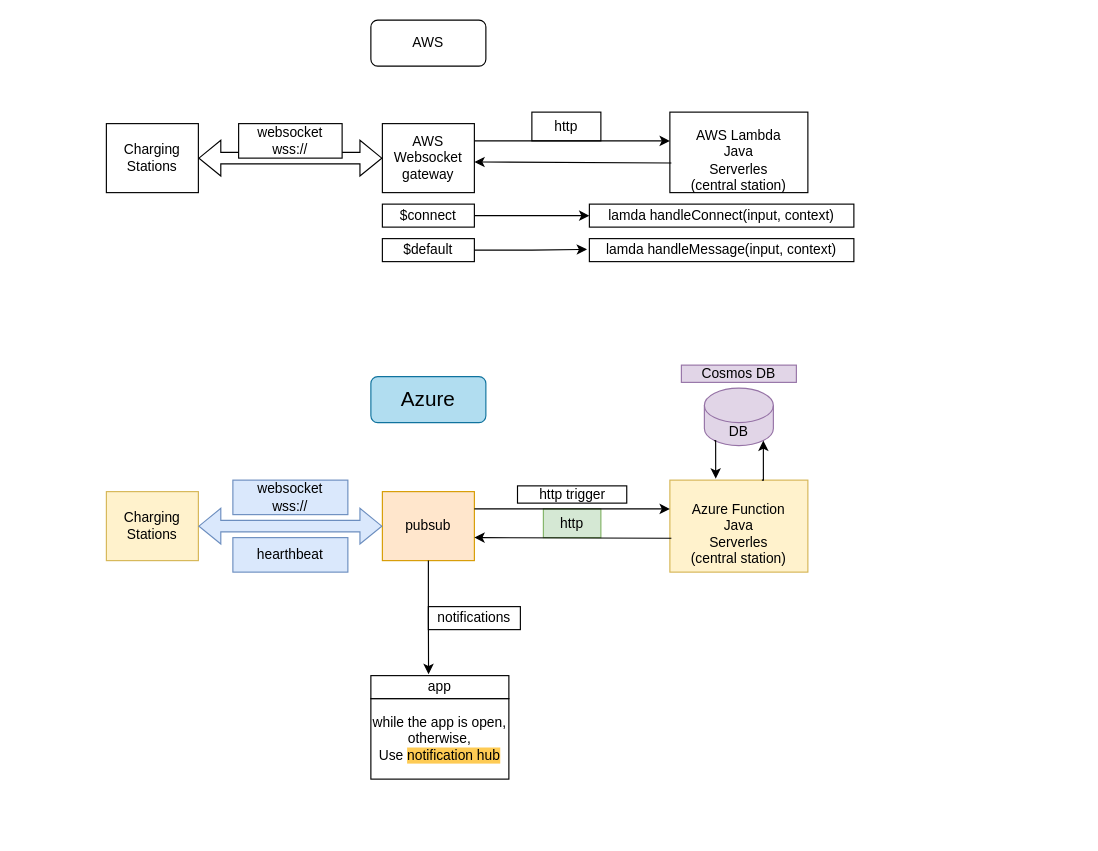
Above: Azure.drawio in stefanszeke/diargrams_io (draw.io), before the change. Source tidied: cells renumbered, new cells numbered last; positions are measured from the earlier drawing's top-left corner, leaving out a move shared by most shapes. Both pictures are drawn from the tidied source at 115%, with x=0, y=0 at pixel (106, 20).
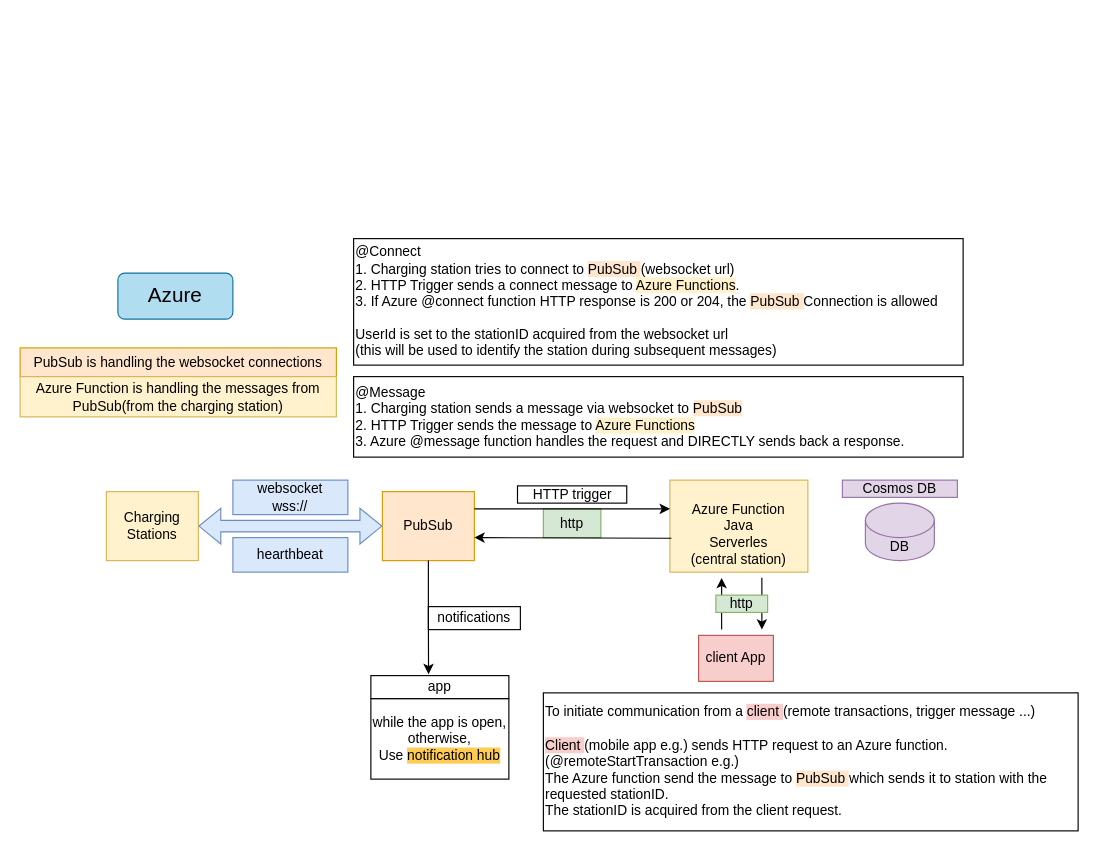
After the change.

Unchanged cells that the change refers to:
```xml
<mxCell id="2" value="&lt;br&gt;Azure Function&lt;br&gt;Java&lt;br&gt;Serverles&lt;br&gt;(central station)" style="rounded=0;whiteSpace=wrap;html=1;fillColor=#fff2cc;strokeColor=#d6b656;" parent="1" vertex="1">
  <mxGeometry x="490" y="400" width="120" height="80" as="geometry" />
</mxCell>
```

The edit, as a diff of the source:
```diff
@@
-    <mxCell id="3" value="pubsub" style="rounded=0;whiteSpace=wrap;html=1;fillColor=#ffe6cc;strokeColor=#d79b00;" parent="1" vertex="1">
+    <mxCell id="3" value="PubSub " style="rounded=0;whiteSpace=wrap;html=1;fillColor=#FFE6CC;strokeColor=#d79b00;" parent="1" vertex="1">
       <mxGeometry x="240" y="410" width="80" height="60" as="geometry" />
     </mxCell>
@@
-    <mxCell id="10" value="&lt;br&gt;AWS Lambda&lt;br&gt;Java&lt;br&gt;Serverles&lt;br&gt;(central station)" style="rounded=0;whiteSpace=wrap;html=1;" parent="1" vertex="1">
-      <mxGeometry x="490" y="80" width="120" height="70" as="geometry" />
-    </mxCell>
-    <mxCell id="11" value="AWS&lt;br&gt;Websocket gateway" style="rounded=0;whiteSpace=wrap;html=1;" parent="1" vertex="1">
-      <mxGeometry x="240" y="90" width="80" height="60" as="geometry" />
-    </mxCell>
-    <mxCell id="12" value="Charging Stations" style="rounded=0;whiteSpace=wrap;html=1;" parent="1" vertex="1">
-      <mxGeometry y="90" width="80" height="60" as="geometry" />
-    </mxCell>
-    <mxCell id="13" style="shape=flexArrow;endArrow=classic;startArrow=classic;html=1;rounded=0;exitX=1;exitY=0.5;exitDx=0;exitDy=0;entryX=0;entryY=0.5;entryDx=0;entryDy=0;" parent="1" edge="1" source="12" target="11">
-      <mxGeometry relative="1" as="geometry" />
-    </mxCell>
-    <mxCell id="14" value="&lt;div&gt;websocket&lt;/div&gt;&lt;div&gt;wss://&lt;br&gt;&lt;/div&gt;" style="rounded=0;whiteSpace=wrap;html=1;" parent="1" vertex="1">
-      <mxGeometry x="115" y="90" width="90" height="30" as="geometry" />
-    </mxCell>
-    <mxCell id="15" value="http" style="rounded=0;whiteSpace=wrap;html=1;" parent="1" vertex="1">
-      <mxGeometry x="370" y="80" width="60" height="25" as="geometry" />
-    </mxCell>
-    <mxCell id="16" style="endArrow=classic;html=1;rounded=0;exitX=1;exitY=0.25;exitDx=0;exitDy=0;" parent="1" edge="1" source="11">
-      <mxGeometry relative="1" as="geometry">
-        <mxPoint x="490" y="105" as="targetPoint" />
-      </mxGeometry>
-    </mxCell>
-    <mxCell id="17" style="endArrow=classic;html=1;rounded=0;exitX=0.011;exitY=0.632;exitDx=0;exitDy=0;exitPerimeter=0;entryX=1;entryY=0.555;entryDx=0;entryDy=0;entryPerimeter=0;" parent="1" edge="1" source="10" target="11">
-      <mxGeometry relative="1" as="geometry" />
-    </mxCell>
-    <mxCell id="18" value="AWS" style="rounded=1;whiteSpace=wrap;html=1;" parent="1" vertex="1">
-      <mxGeometry x="230" width="100" height="40" as="geometry" />
-    </mxCell>
     <mxCell id="19" value="Azure" style="rounded=1;whiteSpace=wrap;html=1;strokeWidth=1;fontSize=18;fillColor=#b1ddf0;strokeColor=#10739e;" parent="1" vertex="1">
-      <mxGeometry x="230" y="310" width="100" height="40" as="geometry" />
+      <mxGeometry x="10" y="220" width="100" height="40" as="geometry" />
     </mxCell>
-    <mxCell id="20" style="edgeStyle=orthogonalEdgeStyle;rounded=0;jettySize=auto;html=1;exitX=1;exitY=0.5;exitDx=0;exitDy=0;entryX=0;entryY=0.5;entryDx=0;entryDy=0;" parent="1" edge="1" source="21" target="23">
-      <mxGeometry relative="1" as="geometry" />
-    </mxCell>
-    <mxCell id="21" value="$connect" style="rounded=0;whiteSpace=wrap;html=1;" parent="1" vertex="1">
-      <mxGeometry x="240" y="160" width="80" height="20" as="geometry" />
-    </mxCell>
-    <mxCell id="22" value="$default" style="rounded=0;whiteSpace=wrap;html=1;" parent="1" vertex="1">
-      <mxGeometry x="240" y="190" width="80" height="20" as="geometry" />
-    </mxCell>
-    <mxCell id="23" value="lamda handleConnect(input, context)" style="rounded=0;whiteSpace=wrap;html=1;" parent="1" vertex="1">
-      <mxGeometry x="420" y="160" width="230" height="20" as="geometry" />
-    </mxCell>
-    <mxCell id="24" value="lamda handleMessage(input, context)" style="rounded=0;whiteSpace=wrap;html=1;" parent="1" vertex="1">
-      <mxGeometry x="420" y="190" width="230" height="20" as="geometry" />
-    </mxCell>
-    <mxCell id="25" style="edgeStyle=orthogonalEdgeStyle;rounded=0;jettySize=auto;html=1;exitX=1;exitY=0.5;exitDx=0;exitDy=0;entryX=-0.009;entryY=0.467;entryDx=0;entryDy=0;entryPerimeter=0;" parent="1" edge="1" source="22" target="24">
-      <mxGeometry relative="1" as="geometry" />
-    </mxCell>
@@
     <mxCell id="27" value="DB" style="shape=cylinder3;whiteSpace=wrap;html=1;boundedLbl=1;backgroundOutline=1;size=15;fillColor=#e1d5e7;strokeColor=#9673a6;" parent="1" vertex="1">
-      <mxGeometry x="520" y="320" width="60" height="50" as="geometry" />
+      <mxGeometry x="660" y="420" width="60" height="50" as="geometry" />
     </mxCell>
     <mxCell id="28" value="&lt;h1 style=&quot;font-size: 12px;&quot; class=&quot;font-size-h2&quot;&gt;&lt;span style=&quot;font-weight: normal; font-size: 12px;&quot;&gt;Cosmos DB &lt;/span&gt;&lt;/h1&gt;" style="rounded=0;whiteSpace=wrap;html=1;fontSize=12;fontStyle=0;align=center;fillColor=#e1d5e7;strokeColor=#9673a6;" parent="1" vertex="1">
-      <mxGeometry x="500" y="300" width="100" height="15" as="geometry" />
+      <mxGeometry x="640" y="400" width="100" height="15" as="geometry" />
     </mxCell>
@@
-    <mxCell id="33" style="edgeStyle=orthogonalEdgeStyle;rounded=0;jettySize=auto;html=1;exitX=0.145;exitY=1;exitDx=0;exitDy=-4.35;exitPerimeter=0;entryX=0.332;entryY=-0.016;entryDx=0;entryDy=0;entryPerimeter=0;" parent="1" edge="1" source="27" target="2">
-      <mxGeometry relative="1" as="geometry" />
-    </mxCell>
-    <mxCell id="34" style="edgeStyle=orthogonalEdgeStyle;rounded=0;jettySize=auto;html=1;entryX=0.855;entryY=1;entryDx=0;entryDy=-4.35;entryPerimeter=0;" parent="1" edge="1" target="27">
-      <mxGeometry relative="1" as="geometry">
-        <mxPoint x="570" y="400" as="sourcePoint" />
-      </mxGeometry>
-    </mxCell>
-    <mxCell id="35" value="http trigger" style="rounded=0;whiteSpace=wrap;html=1;" parent="1" vertex="1">
+    <mxCell id="35" value="HTTP trigger" style="rounded=0;whiteSpace=wrap;html=1;" parent="1" vertex="1">
       <mxGeometry x="357.5" y="405" width="95" height="15" as="geometry" />
     </mxCell>
+    <mxCell id="36" value="@Connect&lt;br&gt;&lt;div&gt;1. Charging station tries to connect to &lt;span style=&quot;background-color: rgb(255, 230, 204);&quot;&gt;PubSub &lt;/span&gt;(websocket url)&lt;br&gt;2. HTTP Trigger sends a connect message to &lt;span style=&quot;background-color: rgb(255, 242, 204);&quot;&gt;Azure Functions&lt;/span&gt;.&lt;br&gt;&lt;/div&gt;&lt;div&gt;3. If Azure @connect function HTTP response is 200 or 204, the &lt;span style=&quot;background-color: rgb(255, 230, 204);&quot;&gt;PubSub &lt;/span&gt;Connection is allowed&lt;br&gt;&lt;/div&gt;&lt;br&gt;UserId is set to the stationID acquired from the websocket url&lt;br&gt;(this will be used to identify the station during subsequent messages)" style="rounded=0;whiteSpace=wrap;html=1;align=left;" parent="1" vertex="1">
+      <mxGeometry x="215" y="190" width="530" height="110" as="geometry" />
+    </mxCell>
+    <mxCell id="37" value="@Message&lt;br&gt;&lt;div&gt;1. Charging station sends a message via websocket to &lt;span style=&quot;background-color: rgb(255, 230, 204);&quot;&gt;PubSub&lt;/span&gt;&lt;br&gt;2. HTTP Trigger sends the message to &lt;span style=&quot;background-color: rgb(255, 242, 204);&quot;&gt;Azure Functions&lt;/span&gt;&lt;br&gt;&lt;/div&gt;&lt;div&gt;3. Azure @message function handles the request and DIRECTLY sends back a response.&lt;br&gt;&lt;/div&gt;" style="rounded=0;whiteSpace=wrap;html=1;align=left;" parent="1" vertex="1">
+      <mxGeometry x="215" y="310" width="530" height="70" as="geometry" />
+    </mxCell>
+    <mxCell id="38" value="&lt;div align=&quot;left&quot;&gt;To initiate communication from a &lt;span style=&quot;background-color: rgb(248, 206, 204);&quot;&gt;client &lt;/span&gt;(remote transactions, trigger message ...)&lt;br&gt;&lt;br&gt;&lt;/div&gt;&lt;div align=&quot;left&quot;&gt;&lt;span style=&quot;background-color: rgb(248, 206, 204);&quot;&gt;Client &lt;/span&gt;(mobile app e.g.) sends HTTP request to an Azure function. (@remoteStartTransaction e.g.)&lt;br&gt;&lt;/div&gt;&lt;div align=&quot;left&quot;&gt;The Azure function send the message to &lt;span style=&quot;background-color: rgb(255, 230, 204);&quot;&gt;PubSub &lt;/span&gt;which sends it to station with the requested stationID.&lt;br&gt;The stationID is acquired from the client request.&lt;br&gt;&lt;/div&gt;" style="rounded=0;whiteSpace=wrap;html=1;align=left;" parent="1" vertex="1">
+      <mxGeometry x="380" y="585" width="465" height="120" as="geometry" />
+    </mxCell>
+    <mxCell id="39" value="client App" style="rounded=0;whiteSpace=wrap;html=1;fillColor=#F8CECC;strokeColor=#b85450;" parent="1" vertex="1">
+      <mxGeometry x="515" y="535" width="65" height="40" as="geometry" />
+    </mxCell>
+    <mxCell id="40" style="endArrow=classic;html=1;rounded=0;" parent="1" edge="1">
+      <mxGeometry relative="1" as="geometry">
+        <mxPoint x="535" y="530" as="sourcePoint" />
+        <mxPoint x="535" y="485" as="targetPoint" />
+      </mxGeometry>
+    </mxCell>
+    <mxCell id="41" style="endArrow=classic;html=1;rounded=0;" parent="1" edge="1">
+      <mxGeometry relative="1" as="geometry">
+        <mxPoint x="570" y="485" as="sourcePoint" />
+        <mxPoint x="570" y="530" as="targetPoint" />
+      </mxGeometry>
+    </mxCell>
+    <mxCell id="15" value="http" style="rounded=0;whiteSpace=wrap;html=1;fillColor=#d5e8d4;strokeColor=#82b366;" parent="1" vertex="1">
+      <mxGeometry x="530" y="500" width="45" height="15" as="geometry" />
+    </mxCell>
+    <mxCell id="42" value="PubSub is handling the websocket connections" style="rounded=0;whiteSpace=wrap;html=1;fillColor=#FFE6CC;strokeColor=#d79b00;" parent="1" vertex="1">
+      <mxGeometry x="-75" y="285" width="275" height="25" as="geometry" />
+    </mxCell>
+    <mxCell id="43" value="Azure Function is handling the messages from PubSub(from the charging station)" style="rounded=0;whiteSpace=wrap;html=1;fillColor=#fff2cc;strokeColor=#d6b656;" parent="1" vertex="1">
+      <mxGeometry x="-75" y="310" width="275" height="35" as="geometry" />
+    </mxCell>
```
